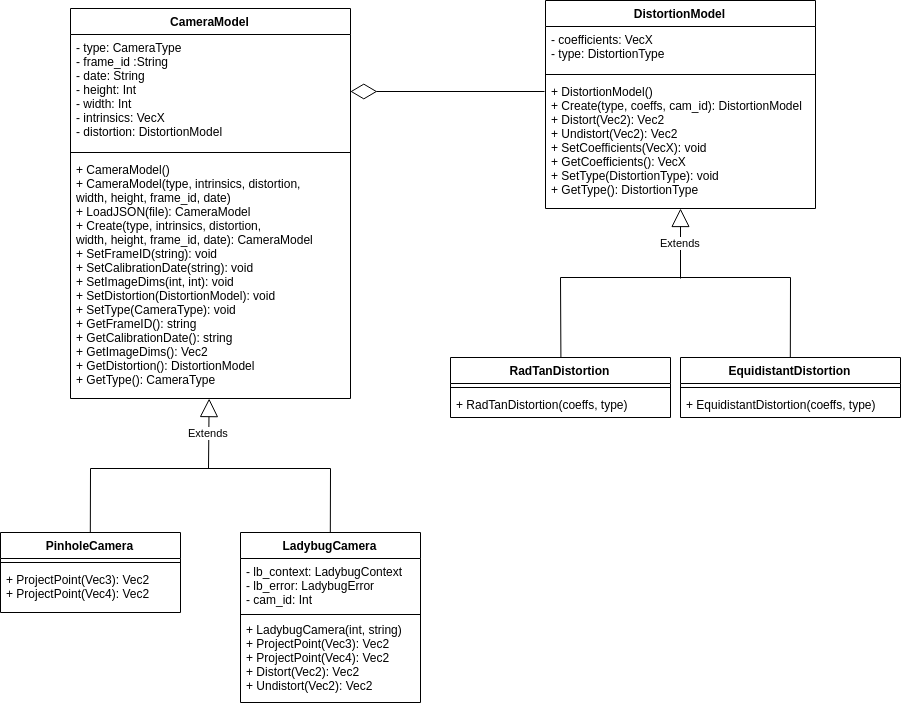
BEAMRobotics/libbeam keeps this draw.io diagram as beam_calibration/ClassDiagram.png. Above is the earlier version. Source tidied: cells renumbered, new cells last; positions are measured from the earlier drawing's top-left corner, leaving out a move shared by most shapes.
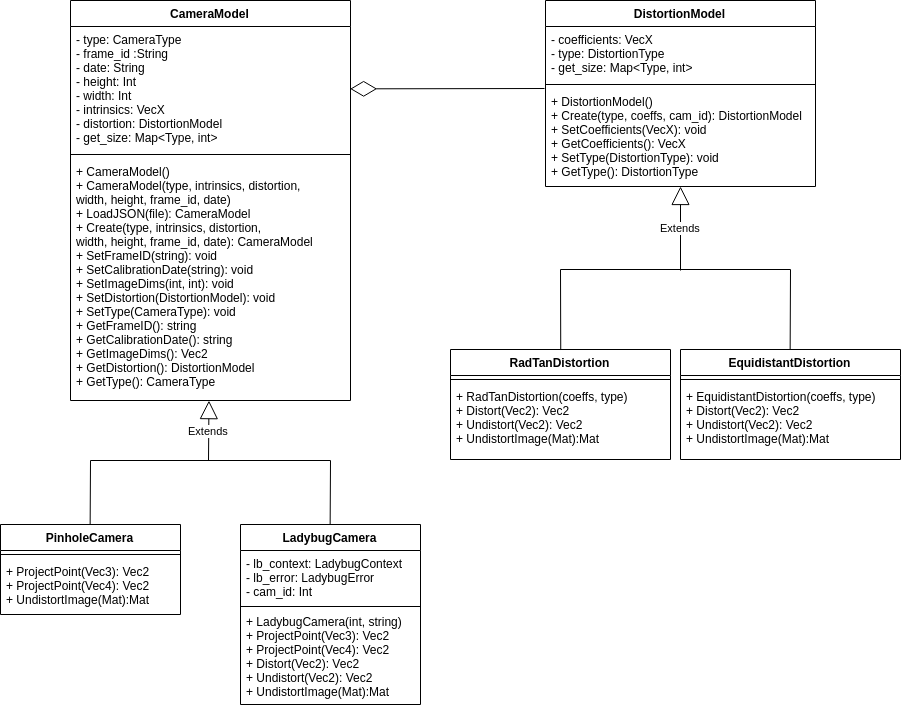
The same diagram one commit later.

Change to the diagram source:
```diff
@@ -3,25 +3,25 @@
     <mxCell id="0" />
     <mxCell id="1" parent="0" />
     <mxCell id="2" value="CameraModel" style="swimlane;fontStyle=1;align=center;verticalAlign=top;horizontal=1;startSize=26;" parent="1" vertex="1">
-      <mxGeometry x="70" y="8" width="280" height="390" as="geometry" />
+      <mxGeometry x="70" y="8" width="280" height="400" as="geometry" />
     </mxCell>
-    <mxCell id="3" value="- type: CameraType&#10;- frame_id :String&#10;- date: String&#10;- height: Int&#10;- width: Int&#10;- intrinsics: VecX&#10;- distortion: DistortionModel&#10;" style="text;strokeColor=none;fillColor=none;align=left;verticalAlign=top;spacingLeft=4;spacingRight=4;overflow=hidden;points=[[0,0.5],[1,0.5]];portConstraint=eastwest;" parent="2" vertex="1">
-      <mxGeometry y="26" width="280" height="114" as="geometry" />
+    <mxCell id="3" value="- type: CameraType&#10;- frame_id :String&#10;- date: String&#10;- height: Int&#10;- width: Int&#10;- intrinsics: VecX&#10;- distortion: DistortionModel&#10;- get_size: Map&lt;Type, int&gt;&#10;" style="text;strokeColor=none;fillColor=none;align=left;verticalAlign=top;spacingLeft=4;spacingRight=4;overflow=hidden;points=[[0,0.5],[1,0.5]];portConstraint=eastwest;" parent="2" vertex="1">
+      <mxGeometry y="26" width="280" height="124" as="geometry" />
     </mxCell>
     <mxCell id="4" style="line;strokeWidth=1;fillColor=none;align=left;verticalAlign=middle;spacingTop=-1;spacingLeft=3;spacingRight=3;labelPosition=right;" parent="2" vertex="1">
-      <mxGeometry y="140" width="280" height="8" as="geometry" />
+      <mxGeometry y="150" width="280" height="8" as="geometry" />
     </mxCell>
     <mxCell id="5" value="+ CameraModel()&#10;+ CameraModel(type, intrinsics, distortion, &#10;width, height, frame_id, date)&#10;+ LoadJSON(file): CameraModel&#10;+ Create(type, intrinsics, distortion,&#10;width, height, frame_id, date): CameraModel&#10;+ SetFrameID(string): void&#10;+ SetCalibrationDate(string): void&#10;+ SetImageDims(int, int): void&#10;+ SetDistortion(DistortionModel): void&#10;+ SetType(CameraType): void&#10;+ GetFrameID(): string&#10;+ GetCalibrationDate(): string&#10;+ GetImageDims(): Vec2&#10;+ GetDistortion(): DistortionModel&#10;+ GetType(): CameraType&#10;" style="text;strokeColor=none;fillColor=none;align=left;verticalAlign=top;spacingLeft=4;spacingRight=4;overflow=hidden;points=[[0,0.5],[1,0.5]];portConstraint=eastwest;" parent="2" vertex="1">
-      <mxGeometry y="148" width="280" height="242" as="geometry" />
+      <mxGeometry y="158" width="280" height="242" as="geometry" />
     </mxCell>
     <mxCell id="6" value="PinholeCamera" style="swimlane;fontStyle=1;align=center;verticalAlign=top;horizontal=1;startSize=26;" parent="1" vertex="1">
-      <mxGeometry y="532" width="180" height="80" as="geometry" />
+      <mxGeometry y="532" width="180" height="90" as="geometry" />
     </mxCell>
     <mxCell id="7" style="line;strokeWidth=1;fillColor=none;align=left;verticalAlign=middle;spacingTop=-1;spacingLeft=3;spacingRight=3;labelPosition=right;" parent="6" vertex="1">
       <mxGeometry y="26" width="180" height="8" as="geometry" />
     </mxCell>
-    <mxCell id="8" value="+ ProjectPoint(Vec3): Vec2&#10;+ ProjectPoint(Vec4): Vec2&#10;" style="text;strokeColor=none;fillColor=none;align=left;verticalAlign=top;spacingLeft=4;spacingRight=4;overflow=hidden;" parent="6" vertex="1">
-      <mxGeometry y="34" width="180" height="46" as="geometry" />
+    <mxCell id="8" value="+ ProjectPoint(Vec3): Vec2&#10;+ ProjectPoint(Vec4): Vec2&#10;+ UndistortImage(Mat):Mat&#10;" style="text;strokeColor=none;fillColor=none;align=left;verticalAlign=top;spacingLeft=4;spacingRight=4;overflow=hidden;" parent="6" vertex="1">
+      <mxGeometry y="34" width="180" height="56" as="geometry" />
     </mxCell>
     <mxCell id="9" value="Extends" style="endArrow=block;endSize=16;endFill=0;html=1;entryX=0.494;entryY=0.999;entryDx=0;entryDy=0;entryPerimeter=0;" parent="1" edge="1" target="5">
       <mxGeometry relative="1" as="geometry">
@@ -29,30 +29,30 @@
       </mxGeometry>
     </mxCell>
     <mxCell id="10" value="DistortionModel" style="swimlane;fontStyle=1;align=center;verticalAlign=top;horizontal=1;startSize=26;" parent="1" vertex="1">
-      <mxGeometry x="545" width="270" height="208" as="geometry" />
+      <mxGeometry x="545" y="8" width="270" height="186" as="geometry" />
     </mxCell>
-    <mxCell id="11" value="- coefficients: VecX&#10;- type: DistortionType&#10;" style="text;strokeColor=none;fillColor=none;align=left;verticalAlign=top;spacingLeft=4;spacingRight=4;overflow=hidden;" parent="10" vertex="1">
-      <mxGeometry y="26" width="270" height="44" as="geometry" />
+    <mxCell id="11" value="- coefficients: VecX&#10;- type: DistortionType&#10;- get_size: Map&lt;Type, int&gt;&#10;" style="text;strokeColor=none;fillColor=none;align=left;verticalAlign=top;spacingLeft=4;spacingRight=4;overflow=hidden;" parent="10" vertex="1">
+      <mxGeometry y="26" width="270" height="54" as="geometry" />
     </mxCell>
     <mxCell id="12" style="line;strokeWidth=1;fillColor=none;align=left;verticalAlign=middle;spacingTop=-1;spacingLeft=3;spacingRight=3;labelPosition=right;" parent="10" vertex="1">
-      <mxGeometry y="70" width="270" height="8" as="geometry" />
+      <mxGeometry y="80" width="270" height="8" as="geometry" />
     </mxCell>
-    <mxCell id="13" value="+ DistortionModel()&#10;+ Create(type, coeffs, cam_id): DistortionModel&#10;+ Distort(Vec2): Vec2&#10;+ Undistort(Vec2): Vec2&#10;+ SetCoefficients(VecX): void&#10;+ GetCoefficients(): VecX&#10;+ SetType(DistortionType): void&#10;+ GetType(): DistortionType&#10;" style="text;strokeColor=none;fillColor=none;align=left;verticalAlign=top;spacingLeft=4;spacingRight=4;overflow=hidden;points=[[0,0.5],[1,0.5]];portConstraint=eastwest;" parent="10" vertex="1">
-      <mxGeometry y="78" width="270" height="130" as="geometry" />
+    <mxCell id="13" value="+ DistortionModel()&#10;+ Create(type, coeffs, cam_id): DistortionModel&#10;+ SetCoefficients(VecX): void&#10;+ GetCoefficients(): VecX&#10;+ SetType(DistortionType): void&#10;+ GetType(): DistortionType&#10;" style="text;strokeColor=none;fillColor=none;align=left;verticalAlign=top;spacingLeft=4;spacingRight=4;overflow=hidden;points=[[0,0.5],[1,0.5]];portConstraint=eastwest;" parent="10" vertex="1">
+      <mxGeometry y="88" width="270" height="98" as="geometry" />
     </mxCell>
     <mxCell id="14" style="endArrow=diamondThin;endFill=0;endSize=24;html=1;entryX=1;entryY=0.5;entryDx=0;entryDy=0;" parent="1" edge="1" target="3">
       <mxGeometry relative="1" as="geometry">
-        <mxPoint x="544" y="91" as="sourcePoint" />
+        <mxPoint x="544" y="96" as="sourcePoint" />
       </mxGeometry>
     </mxCell>
     <mxCell id="15" value="RadTanDistortion" style="swimlane;fontStyle=1;align=center;verticalAlign=top;horizontal=1;startSize=26;" parent="1" vertex="1">
-      <mxGeometry x="450" y="357" width="220" height="60" as="geometry" />
+      <mxGeometry x="450" y="357" width="220" height="110" as="geometry" />
     </mxCell>
     <mxCell id="16" style="line;strokeWidth=1;fillColor=none;align=left;verticalAlign=middle;spacingTop=-1;spacingLeft=3;spacingRight=3;labelPosition=right;" parent="15" vertex="1">
       <mxGeometry y="26" width="220" height="8" as="geometry" />
     </mxCell>
-    <mxCell id="17" value="+ RadTanDistortion(coeffs, type)" style="text;strokeColor=none;fillColor=none;align=left;verticalAlign=top;spacingLeft=4;spacingRight=4;overflow=hidden;" parent="15" vertex="1">
-      <mxGeometry y="34" width="220" height="26" as="geometry" />
+    <mxCell id="17" value="+ RadTanDistortion(coeffs, type)&#10;+ Distort(Vec2): Vec2&#10;+ Undistort(Vec2): Vec2&#10;+ UndistortImage(Mat):Mat&#10;" style="text;strokeColor=none;fillColor=none;align=left;verticalAlign=top;spacingLeft=4;spacingRight=4;overflow=hidden;" parent="15" vertex="1">
+      <mxGeometry y="34" width="220" height="76" as="geometry" />
     </mxCell>
     <mxCell id="18" value="Extends" style="endArrow=block;endSize=16;endFill=0;html=1;" parent="1" edge="1" target="13">
       <mxGeometry relative="1" as="geometry">
@@ -71,13 +71,13 @@
       </mxGeometry>
     </mxCell>
     <mxCell id="21" value="EquidistantDistortion" style="swimlane;fontStyle=1;align=center;verticalAlign=top;horizontal=1;startSize=26;" parent="1" vertex="1">
-      <mxGeometry x="680" y="357" width="220" height="60" as="geometry" />
+      <mxGeometry x="680" y="357" width="220" height="110" as="geometry" />
     </mxCell>
     <mxCell id="22" style="line;strokeWidth=1;fillColor=none;align=left;verticalAlign=middle;spacingTop=-1;spacingLeft=3;spacingRight=3;labelPosition=right;" parent="21" vertex="1">
       <mxGeometry y="26" width="220" height="8" as="geometry" />
     </mxCell>
-    <mxCell id="23" value="+ EquidistantDistortion(coeffs, type)" style="text;strokeColor=none;fillColor=none;align=left;verticalAlign=top;spacingLeft=4;spacingRight=4;overflow=hidden;" parent="21" vertex="1">
-      <mxGeometry y="34" width="220" height="26" as="geometry" />
+    <mxCell id="23" value="+ EquidistantDistortion(coeffs, type)&#10;+ Distort(Vec2): Vec2&#10;+ Undistort(Vec2): Vec2&#10;+ UndistortImage(Mat):Mat&#10;" style="text;strokeColor=none;fillColor=none;align=left;verticalAlign=top;spacingLeft=4;spacingRight=4;overflow=hidden;" parent="21" vertex="1">
+      <mxGeometry y="34" width="220" height="76" as="geometry" />
     </mxCell>
     <mxCell id="24" style="endArrow=none;html=1;exitX=0.5;exitY=0;exitDx=0;exitDy=0;" parent="1" edge="1" source="21">
       <mxGeometry relative="1" as="geometry">
@@ -85,7 +85,7 @@
       </mxGeometry>
     </mxCell>
     <mxCell id="25" value="LadybugCamera" style="swimlane;fontStyle=1;align=center;verticalAlign=top;horizontal=1;startSize=26;" parent="1" vertex="1">
-      <mxGeometry x="240" y="532" width="180" height="170" as="geometry" />
+      <mxGeometry x="240" y="532" width="180" height="180" as="geometry" />
     </mxCell>
     <mxCell id="26" value="- lb_context: LadybugContext&#10;- lb_error: LadybugError&#10;- cam_id: Int&#10;" style="text;strokeColor=none;fillColor=none;align=left;verticalAlign=top;spacingLeft=4;spacingRight=4;overflow=hidden;" parent="25" vertex="1">
       <mxGeometry y="26" width="180" height="54" as="geometry" />
@@ -93,8 +93,8 @@
     <mxCell id="27" style="line;strokeWidth=1;fillColor=none;align=left;verticalAlign=middle;spacingTop=-1;spacingLeft=3;spacingRight=3;labelPosition=right;" parent="25" vertex="1">
       <mxGeometry y="80" width="180" height="4" as="geometry" />
     </mxCell>
-    <mxCell id="28" value="+ LadybugCamera(int, string)&#10;+ ProjectPoint(Vec3): Vec2&#10;+ ProjectPoint(Vec4): Vec2&#10;+ Distort(Vec2): Vec2&#10;+ Undistort(Vec2): Vec2&#10;" style="text;strokeColor=none;fillColor=none;align=left;verticalAlign=top;spacingLeft=4;spacingRight=4;overflow=hidden;" parent="25" vertex="1">
-      <mxGeometry y="84" width="180" height="86" as="geometry" />
+    <mxCell id="28" value="+ LadybugCamera(int, string)&#10;+ ProjectPoint(Vec3): Vec2&#10;+ ProjectPoint(Vec4): Vec2&#10;+ Distort(Vec2): Vec2&#10;+ Undistort(Vec2): Vec2&#10;+ UndistortImage(Mat):Mat&#10;" style="text;strokeColor=none;fillColor=none;align=left;verticalAlign=top;spacingLeft=4;spacingRight=4;overflow=hidden;" parent="25" vertex="1">
+      <mxGeometry y="84" width="180" height="96" as="geometry" />
     </mxCell>
     <mxCell id="29" style="endArrow=none;html=1;" parent="1" edge="1">
       <mxGeometry relative="1" as="geometry">
```
